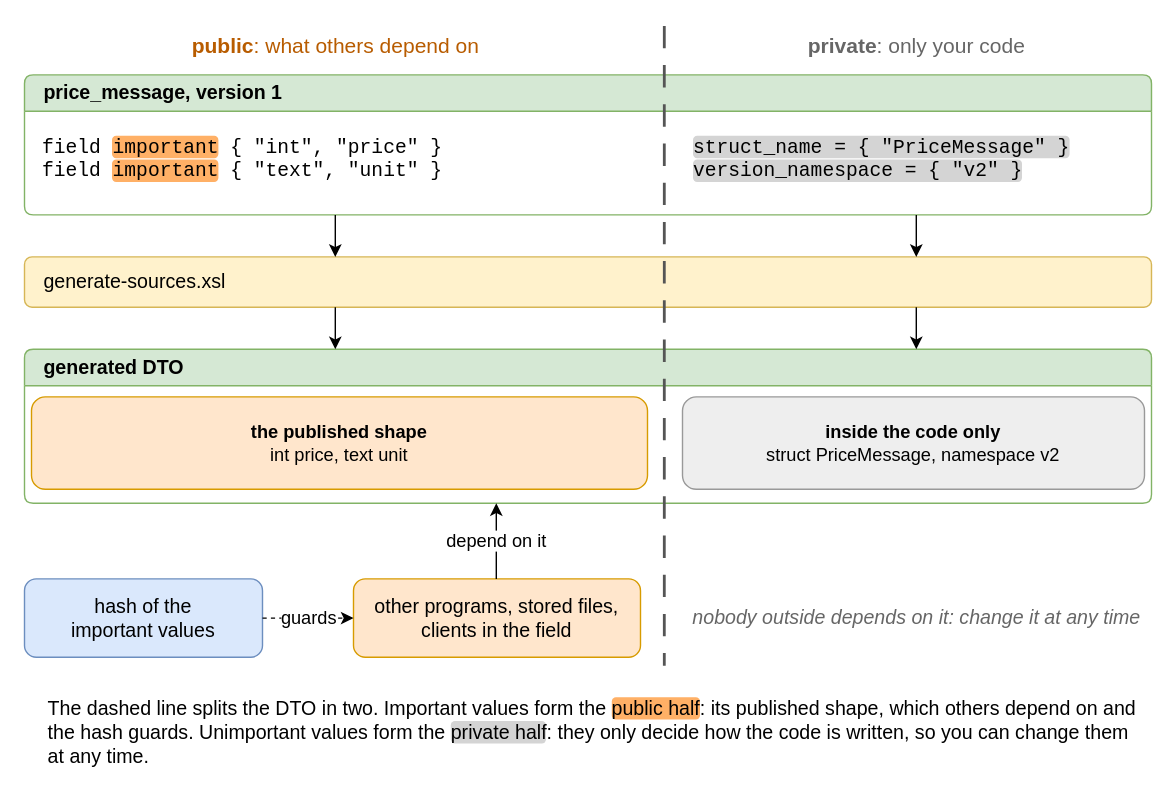
Before: drawio/44_important_dto.drawio in goloveshin/galimatron_doc, a draw.io diagram. Source tidied: cells renumbered, new cells numbered last; positions are measured from the earlier drawing's top-left corner, leaving out a move shared by most shapes. Both pictures are drawn from the tidied source at 140%, with x=0, y=0 at pixel (24, 25).
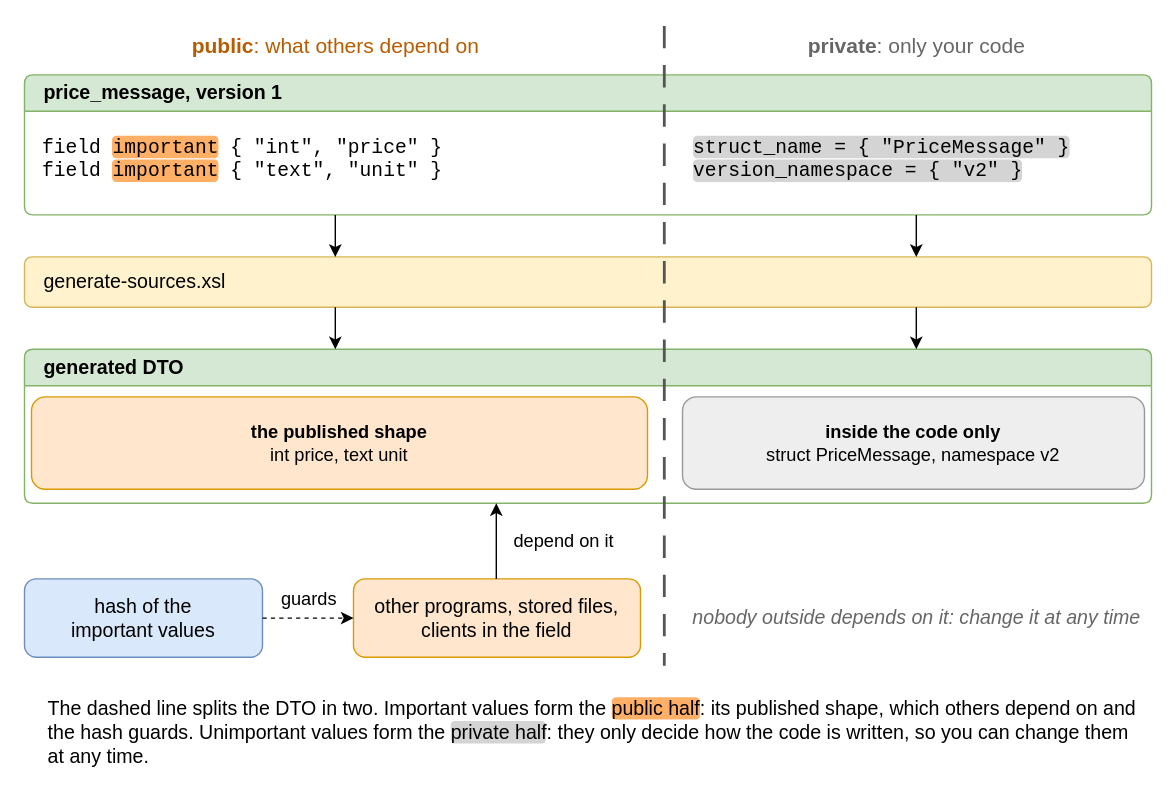
Above is the later version.

The change refers to these unchanged cells:
```xml
<mxCell id="11" value="hash of the&lt;br&gt;important values" style="rounded=1;whiteSpace=wrap;html=1;fillColor=#dae8fc;strokeColor=#6c8ebf;fontSize=14;" parent="1" vertex="1">
  <mxGeometry y="395" width="170" height="56" as="geometry" />
</mxCell>
<mxCell id="12" value="other programs, stored files, clients in the field" style="rounded=1;whiteSpace=wrap;html=1;fillColor=#ffe6cc;strokeColor=#d79b00;fontSize=14;" parent="1" vertex="1">
  <mxGeometry x="235" y="395" width="205" height="56" as="geometry" />
</mxCell>
```

What changed in the source:
```diff
@@
-    <mxCell id="18" value="depend on it" style="endArrow=classic;html=1;labelBackgroundColor=#ffffff;edgeStyle=none;fontSize=13;" parent="1" edge="1">
+    <mxCell id="18" value="depend on it" style="endArrow=classic;html=1;edgeStyle=none;fontSize=13;" parent="1" edge="1">
       <mxGeometry relative="1" as="geometry">
         <mxPoint x="337" y="395" as="sourcePoint" />
         <mxPoint x="337" y="341" as="targetPoint" />
+        <mxPoint x="48" as="offset" />
       </mxGeometry>
     </mxCell>
-    <mxCell id="19" value="guards" style="endArrow=classic;html=1;labelBackgroundColor=#ffffff;edgeStyle=none;dashed=1;fontSize=13;" parent="1" edge="1" source="11" target="12">
-      <mxGeometry relative="1" as="geometry" />
+    <mxCell id="19" value="guards" style="endArrow=classic;html=1;edgeStyle=none;dashed=1;fontSize=13;" parent="1" edge="1" source="11" target="12">
+      <mxGeometry relative="1" as="geometry">
+        <mxPoint y="-14" as="offset" />
+      </mxGeometry>
     </mxCell>
```
